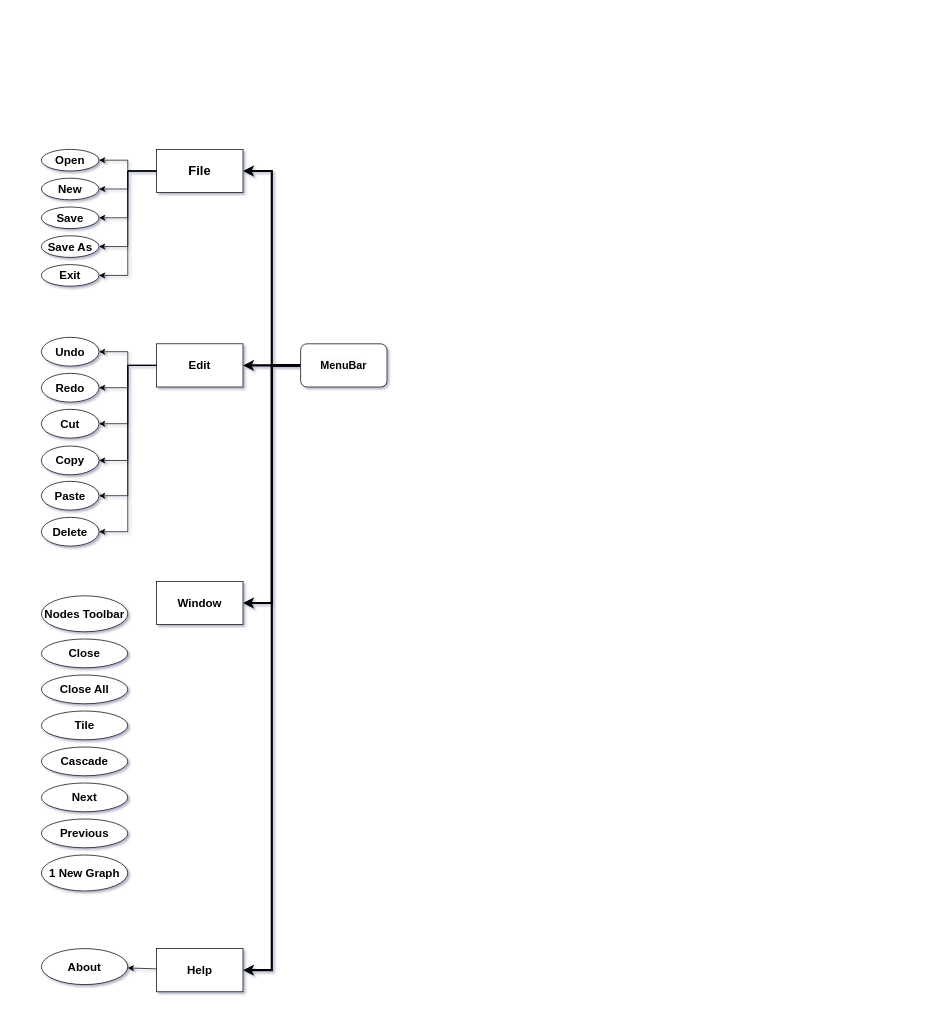
Sheriff99yt/Vision_Visual_Scripting keeps this draw.io diagram as page "Page-1" (1 of 2) of Flowchart MenuBar.drawio. Above is the earlier version. Source tidied: cells renumbered, new cells numbered last; positions are measured from the earlier drawing's top-left corner, leaving out a move shared by most shapes. Both pictures are drawn from the tidied source at 72%, with x=0, y=0 at pixel (41, 149).
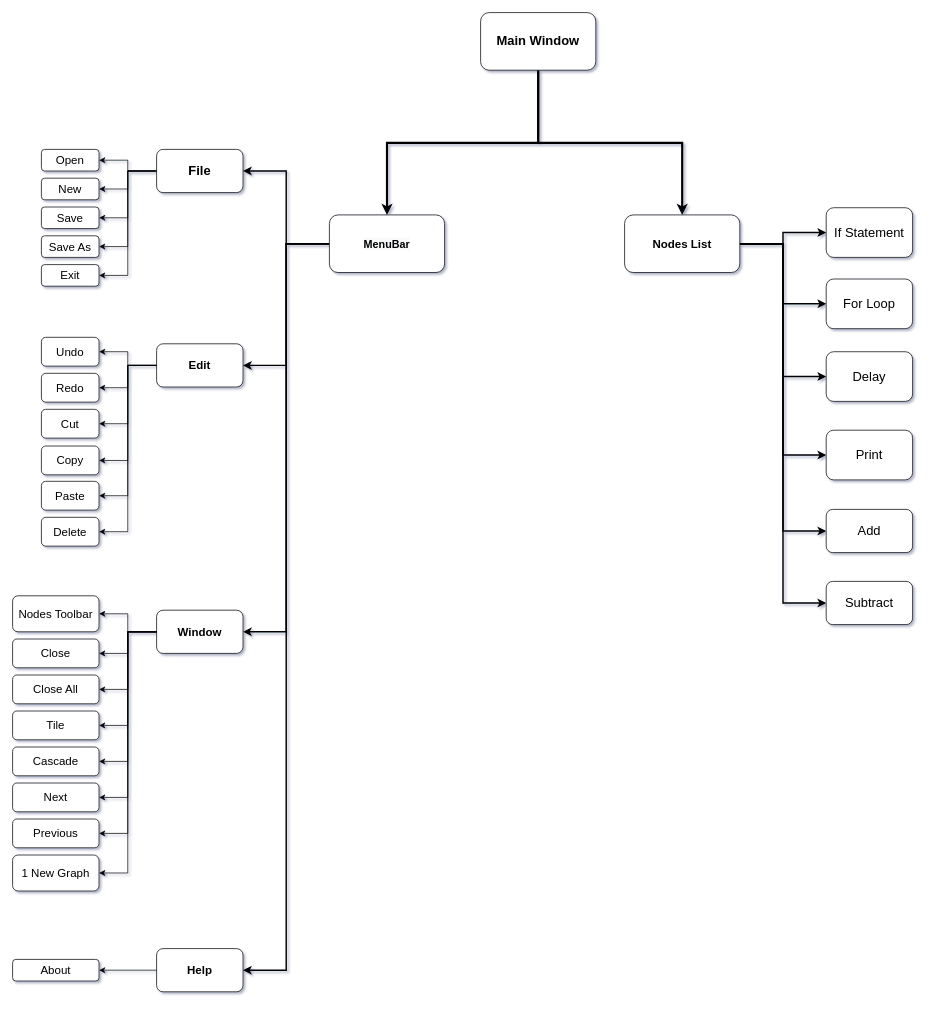
The same page after the edit.

Diff of the diagram source:
```diff
@@
-    <mxCell id="6" value="File" style="rounded=0;whiteSpace=wrap;html=1;fontStyle=1;fontSize=18;" parent="1" vertex="1">
+    <mxCell id="6" value="&lt;b&gt;File&lt;/b&gt;" style="rounded=1;whiteSpace=wrap;html=1;fontFamily=Helvetica;fontSize=18;fontColor=rgb(0, 0, 0);align=center;strokeColor=rgb(0, 0, 0);fillColor=rgb(255, 255, 255);" parent="1" vertex="1">
       <mxGeometry x="160" width="120" height="60" as="geometry" />
     </mxCell>
-    <mxCell id="7" value="New" style="ellipse;whiteSpace=wrap;html=1;fontStyle=1;fontSize=16;" parent="1" vertex="1">
+    <mxCell id="7" value="New" style="rounded=1;whiteSpace=wrap;html=1;fontFamily=Helvetica;fontSize=16;fontColor=rgb(0, 0, 0);align=center;strokeColor=rgb(0, 0, 0);fillColor=rgb(255, 255, 255);" parent="1" vertex="1">
       <mxGeometry y="40" width="80" height="30" as="geometry" />
     </mxCell>
-    <mxCell id="8" value="Exit" style="ellipse;whiteSpace=wrap;html=1;fontStyle=1;fontSize=16;" parent="1" vertex="1">
+    <mxCell id="8" value="Exit" style="rounded=1;whiteSpace=wrap;html=1;fontFamily=Helvetica;fontSize=16;fontColor=rgb(0, 0, 0);align=center;strokeColor=rgb(0, 0, 0);fillColor=rgb(255, 255, 255);" parent="1" vertex="1">
       <mxGeometry y="160" width="80" height="30" as="geometry" />
     </mxCell>
-    <mxCell id="9" value="Open" style="ellipse;whiteSpace=wrap;html=1;fontStyle=1;fontSize=16;" parent="1" vertex="1">
+    <mxCell id="9" value="Open" style="rounded=1;whiteSpace=wrap;html=1;fontFamily=Helvetica;fontSize=16;fontColor=rgb(0, 0, 0);align=center;strokeColor=rgb(0, 0, 0);fillColor=rgb(255, 255, 255);" parent="1" vertex="1">
       <mxGeometry width="80" height="30" as="geometry" />
     </mxCell>
-    <mxCell id="10" value="Save" style="ellipse;whiteSpace=wrap;html=1;fontStyle=1;fontSize=16;" parent="1" vertex="1">
+    <mxCell id="10" value="Save" style="rounded=1;whiteSpace=wrap;html=1;fontFamily=Helvetica;fontSize=16;fontColor=rgb(0, 0, 0);align=center;strokeColor=rgb(0, 0, 0);fillColor=rgb(255, 255, 255);" parent="1" vertex="1">
       <mxGeometry y="80" width="80" height="30" as="geometry" />
     </mxCell>
-    <mxCell id="11" style="rounded=0;jettySize=auto;html=1;fontSize=16;fontColor=default;endArrow=classic;endFill=1;strokeWidth=3;edgeStyle=elbowEdgeStyle;" parent="1" edge="1" source="42" target="29">
+    <mxCell id="11" style="rounded=0;jettySize=auto;html=1;fontSize=16;fontColor=default;endArrow=classic;endFill=1;strokeWidth=2;edgeStyle=elbowEdgeStyle;" parent="1" edge="1" source="42" target="29">
       <mxGeometry relative="1" as="geometry" />
     </mxCell>
-    <mxCell id="12" style="endArrow=classic;html=1;rounded=0;fontStyle=1;fontSize=16;strokeWidth=3;edgeStyle=elbowEdgeStyle;" parent="1" edge="1" source="42" target="6">
+    <mxCell id="12" style="endArrow=classic;html=1;rounded=0;fontStyle=1;fontSize=16;strokeWidth=2;edgeStyle=elbowEdgeStyle;" parent="1" edge="1" source="42" target="6">
       <mxGeometry relative="1" as="geometry" />
     </mxCell>
-    <mxCell id="13" value="&lt;b&gt;Save As&lt;/b&gt;" style="ellipse;whiteSpace=wrap;html=1;labelBackgroundColor=none;fontSize=16;fontColor=default;" parent="1" vertex="1">
+    <mxCell id="13" value="Save As" style="rounded=1;whiteSpace=wrap;html=1;fontFamily=Helvetica;fontSize=16;fontColor=rgb(0, 0, 0);align=center;strokeColor=rgb(0, 0, 0);fillColor=rgb(255, 255, 255);" parent="1" vertex="1">
       <mxGeometry y="120" width="80" height="30" as="geometry" />
     </mxCell>
@@
-    <mxCell id="16" value="&lt;b&gt;Edit&lt;/b&gt;" style="rounded=0;whiteSpace=wrap;html=1;labelBackgroundColor=none;fontSize=16;fontColor=default;" parent="1" vertex="1">
+    <mxCell id="16" value="&lt;b&gt;Edit&lt;/b&gt;" style="rounded=1;whiteSpace=wrap;html=1;fontFamily=Helvetica;fontSize=16;fontColor=rgb(0, 0, 0);align=center;strokeColor=rgb(0, 0, 0);fillColor=rgb(255, 255, 255);" parent="1" vertex="1">
       <mxGeometry x="160" y="270" width="120" height="60" as="geometry" />
     </mxCell>
-    <mxCell id="17" style="endArrow=classic;html=1;rounded=0;fontSize=16;fontColor=default;strokeWidth=3;edgeStyle=elbowEdgeStyle;" parent="1" edge="1" source="42" target="16">
+    <mxCell id="17" style="endArrow=classic;html=1;rounded=0;fontSize=16;fontColor=default;strokeWidth=2;edgeStyle=elbowEdgeStyle;" parent="1" edge="1" source="42" target="16">
       <mxGeometry relative="1" as="geometry" />
     </mxCell>
-    <mxCell id="18" value="Undo" style="ellipse;whiteSpace=wrap;html=1;labelBackgroundColor=none;fontSize=16;fontColor=default;fontStyle=1;" parent="1" vertex="1">
+    <mxCell id="18" value="Undo" style="rounded=1;whiteSpace=wrap;html=1;fontFamily=Helvetica;fontSize=16;fontColor=rgb(0, 0, 0);align=center;strokeColor=rgb(0, 0, 0);fillColor=rgb(255, 255, 255);" parent="1" vertex="1">
       <mxGeometry y="261" width="80" height="40" as="geometry" />
     </mxCell>
-    <mxCell id="19" value="Delete" style="ellipse;whiteSpace=wrap;html=1;labelBackgroundColor=none;fontSize=16;fontColor=default;fontStyle=1;" parent="1" vertex="1">
+    <mxCell id="19" value="Delete" style="rounded=1;whiteSpace=wrap;html=1;fontFamily=Helvetica;fontSize=16;fontColor=rgb(0, 0, 0);align=center;strokeColor=rgb(0, 0, 0);fillColor=rgb(255, 255, 255);" parent="1" vertex="1">
       <mxGeometry y="511" width="80" height="40" as="geometry" />
     </mxCell>
-    <mxCell id="20" value="Redo" style="ellipse;whiteSpace=wrap;html=1;labelBackgroundColor=none;fontSize=16;fontColor=default;fontStyle=1;" parent="1" vertex="1">
+    <mxCell id="20" value="Redo" style="rounded=1;whiteSpace=wrap;html=1;fontFamily=Helvetica;fontSize=16;fontColor=rgb(0, 0, 0);align=center;strokeColor=rgb(0, 0, 0);fillColor=rgb(255, 255, 255);" parent="1" vertex="1">
       <mxGeometry y="311" width="80" height="40" as="geometry" />
     </mxCell>
-    <mxCell id="21" value="Cut" style="ellipse;whiteSpace=wrap;html=1;labelBackgroundColor=none;fontSize=16;fontColor=default;fontStyle=1;" parent="1" vertex="1">
+    <mxCell id="21" value="Cut" style="rounded=1;whiteSpace=wrap;html=1;fontFamily=Helvetica;fontSize=16;fontColor=rgb(0, 0, 0);align=center;strokeColor=rgb(0, 0, 0);fillColor=rgb(255, 255, 255);" parent="1" vertex="1">
       <mxGeometry y="361" width="80" height="40" as="geometry" />
     </mxCell>
-    <mxCell id="22" value="Copy" style="ellipse;whiteSpace=wrap;html=1;labelBackgroundColor=none;fontSize=16;fontColor=default;fontStyle=1;" parent="1" vertex="1">
+    <mxCell id="22" value="Copy" style="rounded=1;whiteSpace=wrap;html=1;fontFamily=Helvetica;fontSize=16;fontColor=rgb(0, 0, 0);align=center;strokeColor=rgb(0, 0, 0);fillColor=rgb(255, 255, 255);" parent="1" vertex="1">
       <mxGeometry y="412" width="80" height="40" as="geometry" />
     </mxCell>
-    <mxCell id="23" value="Paste" style="ellipse;whiteSpace=wrap;html=1;labelBackgroundColor=none;fontSize=16;fontColor=default;fontStyle=1;" parent="1" vertex="1">
+    <mxCell id="23" value="Paste" style="rounded=1;whiteSpace=wrap;html=1;fontFamily=Helvetica;fontSize=16;fontColor=rgb(0, 0, 0);align=center;strokeColor=rgb(0, 0, 0);fillColor=rgb(255, 255, 255);" parent="1" vertex="1">
       <mxGeometry y="461" width="80" height="40" as="geometry" />
     </mxCell>
@@
-    <mxCell id="29" value="Window" style="rounded=0;whiteSpace=wrap;html=1;labelBackgroundColor=none;fontSize=16;fontColor=default;fontStyle=1;" parent="1" vertex="1">
-      <mxGeometry x="160" y="600" width="120" height="60" as="geometry" />
+    <mxCell id="29" value="&lt;b&gt;Window&lt;/b&gt;" style="rounded=1;whiteSpace=wrap;html=1;fontFamily=Helvetica;fontSize=16;fontColor=rgb(0, 0, 0);align=center;strokeColor=rgb(0, 0, 0);fillColor=rgb(255, 255, 255);" parent="1" vertex="1">
+      <mxGeometry x="160" y="640" width="120" height="60" as="geometry" />
     </mxCell>
+    <mxCell id="43" style="edgeStyle=elbowEdgeStyle;rounded=0;jettySize=auto;html=1;fontSize=16;fontColor=default;endArrow=none;endFill=0;strokeWidth=1;startArrow=classic;startFill=1;" parent="1" edge="1" source="30" target="29">
+      <mxGeometry relative="1" as="geometry" />
+    </mxCell>
-    <mxCell id="30" value="Cascade" style="ellipse;whiteSpace=wrap;html=1;labelBackgroundColor=none;fontSize=16;fontColor=default;fontStyle=1;" parent="1" vertex="1">
-      <mxGeometry y="830" width="120" height="40" as="geometry" />
+    <mxCell id="30" value="Cascade" style="rounded=1;whiteSpace=wrap;html=1;fontFamily=Helvetica;fontSize=16;fontColor=rgb(0, 0, 0);align=center;strokeColor=rgb(0, 0, 0);fillColor=rgb(255, 255, 255);" parent="1" vertex="1">
+      <mxGeometry x="-40" y="830" width="120" height="40" as="geometry" />
     </mxCell>
+    <mxCell id="44" style="edgeStyle=elbowEdgeStyle;rounded=0;jettySize=auto;html=1;fontSize=16;fontColor=default;endArrow=none;endFill=0;strokeWidth=1;startArrow=classic;startFill=1;" parent="1" edge="1" source="31" target="29">
+      <mxGeometry relative="1" as="geometry" />
+    </mxCell>
-    <mxCell id="31" value="Tile" style="ellipse;whiteSpace=wrap;html=1;labelBackgroundColor=none;fontSize=16;fontColor=default;fontStyle=1;" parent="1" vertex="1">
-      <mxGeometry y="780" width="120" height="40" as="geometry" />
+    <mxCell id="31" value="Tile" style="rounded=1;whiteSpace=wrap;html=1;fontFamily=Helvetica;fontSize=16;fontColor=rgb(0, 0, 0);align=center;strokeColor=rgb(0, 0, 0);fillColor=rgb(255, 255, 255);" parent="1" vertex="1">
+      <mxGeometry x="-40" y="780" width="120" height="40" as="geometry" />
     </mxCell>
+    <mxCell id="45" style="edgeStyle=elbowEdgeStyle;rounded=0;jettySize=auto;html=1;fontSize=16;fontColor=default;endArrow=none;endFill=0;strokeWidth=1;startArrow=classic;startFill=1;" parent="1" edge="1" source="32" target="29">
+      <mxGeometry relative="1" as="geometry" />
+    </mxCell>
-    <mxCell id="32" value="Close All" style="ellipse;whiteSpace=wrap;html=1;labelBackgroundColor=none;fontSize=16;fontColor=default;fontStyle=1;" parent="1" vertex="1">
-      <mxGeometry y="730" width="120" height="40" as="geometry" />
+    <mxCell id="32" value="Close All" style="rounded=1;whiteSpace=wrap;html=1;fontFamily=Helvetica;fontSize=16;fontColor=rgb(0, 0, 0);align=center;strokeColor=rgb(0, 0, 0);fillColor=rgb(255, 255, 255);" parent="1" vertex="1">
+      <mxGeometry x="-40" y="730" width="120" height="40" as="geometry" />
     </mxCell>
+    <mxCell id="46" style="edgeStyle=elbowEdgeStyle;rounded=0;jettySize=auto;html=1;fontSize=16;fontColor=default;endArrow=none;endFill=0;strokeWidth=1;startArrow=classic;startFill=1;" parent="1" edge="1" source="33" target="29">
+      <mxGeometry relative="1" as="geometry" />
+    </mxCell>
-    <mxCell id="33" value="Nodes Toolbar" style="ellipse;whiteSpace=wrap;html=1;labelBackgroundColor=none;fontSize=16;fontColor=default;fontStyle=1;" parent="1" vertex="1">
-      <mxGeometry y="620" width="120" height="50" as="geometry" />
+    <mxCell id="33" value="Nodes Toolbar" style="rounded=1;whiteSpace=wrap;html=1;fontFamily=Helvetica;fontSize=16;fontColor=rgb(0, 0, 0);align=center;strokeColor=rgb(0, 0, 0);fillColor=rgb(255, 255, 255);" parent="1" vertex="1">
+      <mxGeometry x="-40" y="620" width="120" height="50" as="geometry" />
     </mxCell>
+    <mxCell id="47" style="edgeStyle=elbowEdgeStyle;rounded=0;jettySize=auto;html=1;fontSize=16;fontColor=default;endArrow=none;endFill=0;strokeWidth=1;startArrow=classic;startFill=1;" parent="1" edge="1" source="34" target="29">
+      <mxGeometry relative="1" as="geometry" />
+    </mxCell>
-    <mxCell id="34" value="Close" style="ellipse;whiteSpace=wrap;html=1;labelBackgroundColor=none;fontSize=16;fontColor=default;fontStyle=1;" parent="1" vertex="1">
-      <mxGeometry y="680" width="120" height="40" as="geometry" />
+    <mxCell id="34" value="Close" style="rounded=1;whiteSpace=wrap;html=1;fontFamily=Helvetica;fontSize=16;fontColor=rgb(0, 0, 0);align=center;strokeColor=rgb(0, 0, 0);fillColor=rgb(255, 255, 255);" parent="1" vertex="1">
+      <mxGeometry x="-40" y="680" width="120" height="40" as="geometry" />
     </mxCell>
+    <mxCell id="48" style="edgeStyle=elbowEdgeStyle;rounded=0;jettySize=auto;html=1;fontSize=16;fontColor=default;endArrow=none;endFill=0;strokeWidth=1;startArrow=classic;startFill=1;" parent="1" edge="1" source="35" target="29">
+      <mxGeometry relative="1" as="geometry" />
+    </mxCell>
-    <mxCell id="35" value="Next" style="ellipse;whiteSpace=wrap;html=1;labelBackgroundColor=none;fontSize=16;fontColor=default;fontStyle=1;" parent="1" vertex="1">
-      <mxGeometry y="880" width="120" height="40" as="geometry" />
+    <mxCell id="35" value="Next" style="rounded=1;whiteSpace=wrap;html=1;fontFamily=Helvetica;fontSize=16;fontColor=rgb(0, 0, 0);align=center;strokeColor=rgb(0, 0, 0);fillColor=rgb(255, 255, 255);" parent="1" vertex="1">
+      <mxGeometry x="-40" y="880" width="120" height="40" as="geometry" />
     </mxCell>
+    <mxCell id="49" style="edgeStyle=elbowEdgeStyle;rounded=0;jettySize=auto;html=1;fontSize=16;fontColor=default;endArrow=none;endFill=0;strokeWidth=1;startArrow=classic;startFill=1;" parent="1" edge="1" source="36" target="29">
+      <mxGeometry relative="1" as="geometry" />
+    </mxCell>
-    <mxCell id="36" value="Previous" style="ellipse;whiteSpace=wrap;html=1;labelBackgroundColor=none;fontSize=16;fontColor=default;fontStyle=1;" parent="1" vertex="1">
-      <mxGeometry y="930" width="120" height="40" as="geometry" />
+    <mxCell id="36" value="Previous" style="rounded=1;whiteSpace=wrap;html=1;fontFamily=Helvetica;fontSize=16;fontColor=rgb(0, 0, 0);align=center;strokeColor=rgb(0, 0, 0);fillColor=rgb(255, 255, 255);" parent="1" vertex="1">
+      <mxGeometry x="-40" y="930" width="120" height="40" as="geometry" />
     </mxCell>
+    <mxCell id="50" style="edgeStyle=elbowEdgeStyle;rounded=0;jettySize=auto;html=1;fontSize=16;fontColor=default;endArrow=none;endFill=0;strokeWidth=1;startArrow=classic;startFill=1;" parent="1" edge="1" source="37" target="29">
+      <mxGeometry relative="1" as="geometry" />
+    </mxCell>
-    <mxCell id="37" value="1 New Graph" style="ellipse;whiteSpace=wrap;html=1;labelBackgroundColor=none;fontSize=16;fontColor=default;fontStyle=1;" parent="1" vertex="1">
-      <mxGeometry y="980" width="120" height="50" as="geometry" />
+    <mxCell id="37" value="1 New Graph" style="rounded=1;whiteSpace=wrap;html=1;fontFamily=Helvetica;fontSize=16;fontColor=rgb(0, 0, 0);align=center;strokeColor=rgb(0, 0, 0);fillColor=rgb(255, 255, 255);" parent="1" vertex="1">
+      <mxGeometry x="-40" y="980" width="120" height="50" as="geometry" />
     </mxCell>
-    <mxCell id="38" value="&lt;b&gt;Help&lt;/b&gt;" style="rounded=0;whiteSpace=wrap;html=1;labelBackgroundColor=none;fontSize=16;fontColor=default;" parent="1" vertex="1">
+    <mxCell id="38" value="&lt;b&gt;Help&lt;/b&gt;" style="rounded=1;whiteSpace=wrap;html=1;fontFamily=Helvetica;fontSize=16;fontColor=rgb(0, 0, 0);align=center;strokeColor=rgb(0, 0, 0);fillColor=rgb(255, 255, 255);" parent="1" vertex="1">
       <mxGeometry x="160" y="1110" width="120" height="60" as="geometry" />
     </mxCell>
-    <mxCell id="39" value="&lt;b&gt;About&lt;/b&gt;" style="ellipse;whiteSpace=wrap;html=1;labelBackgroundColor=none;fontSize=16;fontColor=default;" parent="1" vertex="1">
-      <mxGeometry y="1110" width="120" height="50" as="geometry" />
+    <mxCell id="39" value="About" style="rounded=1;whiteSpace=wrap;html=1;fontFamily=Helvetica;fontSize=16;fontColor=rgb(0, 0, 0);align=center;strokeColor=rgb(0, 0, 0);fillColor=rgb(255, 255, 255);" parent="1" vertex="1">
+      <mxGeometry x="-40" y="1125" width="120" height="30" as="geometry" />
     </mxCell>
@@
-    <mxCell id="41" style="edgeStyle=elbowEdgeStyle;rounded=0;jettySize=auto;html=1;fontSize=16;fontColor=default;endArrow=classic;endFill=1;strokeWidth=3;" parent="1" edge="1" source="42" target="38">
+    <mxCell id="41" style="edgeStyle=elbowEdgeStyle;rounded=0;jettySize=auto;html=1;fontSize=16;fontColor=default;endArrow=classic;endFill=1;strokeWidth=2;" parent="1" edge="1" source="42" target="38">
       <mxGeometry relative="1" as="geometry" />
     </mxCell>
     <mxCell id="42" value="&#10;&#10;&lt;span style=&quot;color: rgb(0, 0, 0); font-family: helvetica; font-size: 15px; font-style: normal; font-weight: 700; letter-spacing: normal; text-align: center; text-indent: 0px; text-transform: none; word-spacing: 0px; background-color: rgb(248, 249, 250); display: inline; float: none;&quot;&gt;MenuBar&lt;/span&gt;&#10;&#10;" style="rounded=1;whiteSpace=wrap;html=1;labelBackgroundColor=none;fontSize=16;fontColor=default;" parent="1" vertex="1">
-      <mxGeometry x="360" y="270" width="120" height="60" as="geometry" />
+      <mxGeometry x="400" y="91" width="160" height="80" as="geometry" />
     </mxCell>
+    <mxCell id="51" style="edgeStyle=elbowEdgeStyle;rounded=0;jettySize=auto;html=1;fontSize=16;fontColor=default;startArrow=none;startFill=0;endArrow=classic;endFill=1;strokeWidth=3;elbow=vertical;" parent="1" edge="1" source="53" target="42">
+      <mxGeometry relative="1" as="geometry" />
+    </mxCell>
+    <mxCell id="52" style="edgeStyle=elbowEdgeStyle;rounded=0;jettySize=auto;html=1;fontSize=16;fontColor=default;startArrow=none;startFill=0;endArrow=classic;endFill=1;strokeWidth=3;elbow=vertical;" parent="1" edge="1" source="53" target="59">
+      <mxGeometry relative="1" as="geometry" />
+    </mxCell>
+    <mxCell id="53" value="&lt;b&gt;&lt;font style=&quot;font-size: 18px&quot;&gt;Main Window&lt;/font&gt;&lt;/b&gt;" style="rounded=1;whiteSpace=wrap;html=1;labelBackgroundColor=none;fontSize=16;fontColor=default;" parent="1" vertex="1">
+      <mxGeometry x="610" y="-190" width="160" height="80" as="geometry" />
+    </mxCell>
+    <mxCell id="54" style="edgeStyle=elbowEdgeStyle;rounded=0;jettySize=auto;html=1;fontSize=18;fontColor=default;startArrow=none;startFill=0;endArrow=classic;endFill=1;strokeWidth=2;" parent="1" edge="1" source="59" target="60">
+      <mxGeometry relative="1" as="geometry" />
+    </mxCell>
+    <mxCell id="55" style="edgeStyle=elbowEdgeStyle;rounded=0;jettySize=auto;html=1;fontSize=18;fontColor=default;startArrow=none;startFill=0;endArrow=classic;endFill=1;strokeWidth=2;" parent="1" edge="1" source="59" target="63">
+      <mxGeometry relative="1" as="geometry" />
+    </mxCell>
+    <mxCell id="56" style="edgeStyle=elbowEdgeStyle;rounded=0;jettySize=auto;html=1;fontSize=18;fontColor=default;startArrow=none;startFill=0;endArrow=classic;endFill=1;strokeWidth=2;" parent="1" edge="1" source="59" target="64">
+      <mxGeometry relative="1" as="geometry" />
+    </mxCell>
+    <mxCell id="57" style="edgeStyle=elbowEdgeStyle;rounded=0;jettySize=auto;html=1;fontSize=18;fontColor=default;startArrow=none;startFill=0;endArrow=classic;endFill=1;strokeWidth=2;" parent="1" edge="1" source="59" target="65">
+      <mxGeometry relative="1" as="geometry" />
+    </mxCell>
+    <mxCell id="58" style="edgeStyle=elbowEdgeStyle;rounded=0;jettySize=auto;html=1;fontSize=18;fontColor=default;startArrow=none;startFill=0;endArrow=classic;endFill=1;strokeWidth=2;" parent="1" edge="1" source="59" target="66">
+      <mxGeometry relative="1" as="geometry" />
+    </mxCell>
+    <mxCell id="59" value="&lt;b&gt;Nodes List&lt;/b&gt;" style="rounded=1;whiteSpace=wrap;html=1;labelBackgroundColor=none;fontSize=16;fontColor=default;" parent="1" vertex="1">
+      <mxGeometry x="810" y="91" width="160" height="80" as="geometry" />
+    </mxCell>
+    <mxCell id="60" value="Add" style="rounded=1;whiteSpace=wrap;html=1;labelBackgroundColor=none;fontSize=18;fontColor=default;" parent="1" vertex="1">
+      <mxGeometry x="1090" y="500" width="120" height="60" as="geometry" />
+    </mxCell>
+    <mxCell id="61" value="If Statement" style="rounded=1;whiteSpace=wrap;html=1;labelBackgroundColor=none;fontSize=18;fontColor=default;" parent="1" vertex="1">
+      <mxGeometry x="1090" y="81" width="120" height="69" as="geometry" />
+    </mxCell>
+    <mxCell id="62" style="edgeStyle=elbowEdgeStyle;rounded=0;jettySize=auto;html=1;fontSize=18;fontColor=default;startArrow=none;startFill=0;endArrow=classic;endFill=1;strokeWidth=2;" parent="1" edge="1" source="59" target="61">
+      <mxGeometry relative="1" as="geometry" />
+    </mxCell>
+    <mxCell id="63" value="Subtract" style="rounded=1;whiteSpace=wrap;html=1;labelBackgroundColor=none;fontSize=18;fontColor=default;" parent="1" vertex="1">
+      <mxGeometry x="1090" y="600" width="120" height="60" as="geometry" />
+    </mxCell>
+    <mxCell id="64" value="For Loop" style="rounded=1;whiteSpace=wrap;html=1;labelBackgroundColor=none;fontSize=18;fontColor=default;" parent="1" vertex="1">
+      <mxGeometry x="1090" y="180" width="120" height="69" as="geometry" />
+    </mxCell>
+    <mxCell id="65" value="Delay" style="rounded=1;whiteSpace=wrap;html=1;labelBackgroundColor=none;fontSize=18;fontColor=default;" parent="1" vertex="1">
+      <mxGeometry x="1090" y="281" width="120" height="69" as="geometry" />
+    </mxCell>
+    <mxCell id="66" value="Print" style="rounded=1;whiteSpace=wrap;html=1;labelBackgroundColor=none;fontSize=18;fontColor=default;" parent="1" vertex="1">
+      <mxGeometry x="1090" y="390" width="120" height="69" as="geometry" />
+    </mxCell>
```
